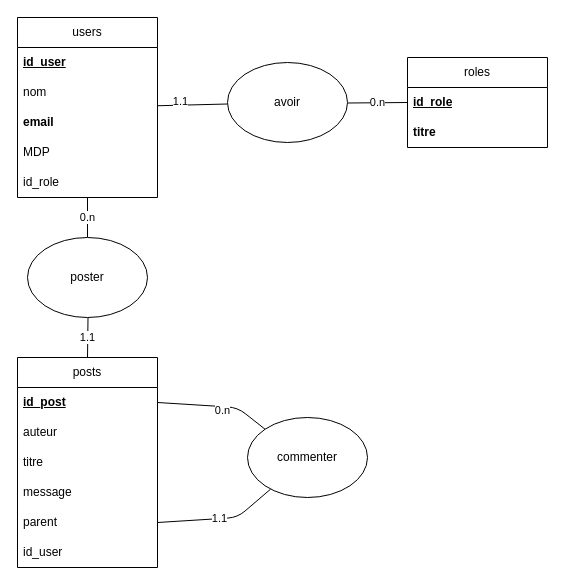
Before: MLD.drawio in AlpinooO/efrei_b2_challengeWeb_Helldiver-s-2, a draw.io diagram. Source tidied: cells renumbered, new cells numbered last; positions are measured from the earlier drawing's top-left corner, leaving out a move shared by most shapes. Both pictures are drawn from the tidied source at 100%, with x=0, y=0 at pixel (17, 17).
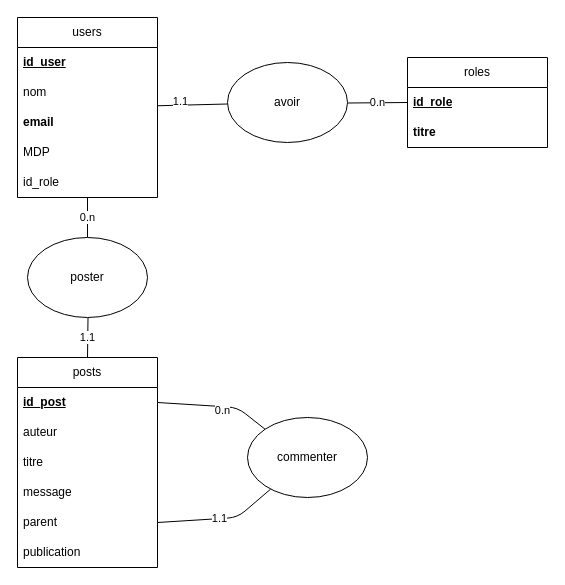
Above is the later version.

Commit message (it also covers changes not shown here):
[fix] publication docker and add forum back ends

Unchanged cells that the change refers to:
```xml
<mxCell id="16" value="posts" style="swimlane;fontStyle=0;horizontal=1;startSize=30;whiteSpace=wrap;html=1;" parent="1" vertex="1">
  <mxGeometry y="340" width="140" height="210" as="geometry" />
</mxCell>
```

Change to the diagram source:
```diff
@@
-    <mxCell id="22" value="id_user" style="text;strokeColor=none;fillColor=none;align=left;verticalAlign=middle;spacingLeft=4;spacingRight=4;overflow=hidden;whiteSpace=wrap;html=1;" parent="16" vertex="1">
-      <mxGeometry y="180" width="140" height="30" as="geometry" />
-    </mxCell>
+    <mxCell id="29" value="publication" style="text;strokeColor=none;fillColor=none;align=left;verticalAlign=middle;spacingLeft=4;spacingRight=4;overflow=hidden;whiteSpace=wrap;html=1;" parent="16" vertex="1">
+      <mxGeometry y="180" width="140" height="30" as="geometry" />
+    </mxCell>
```
